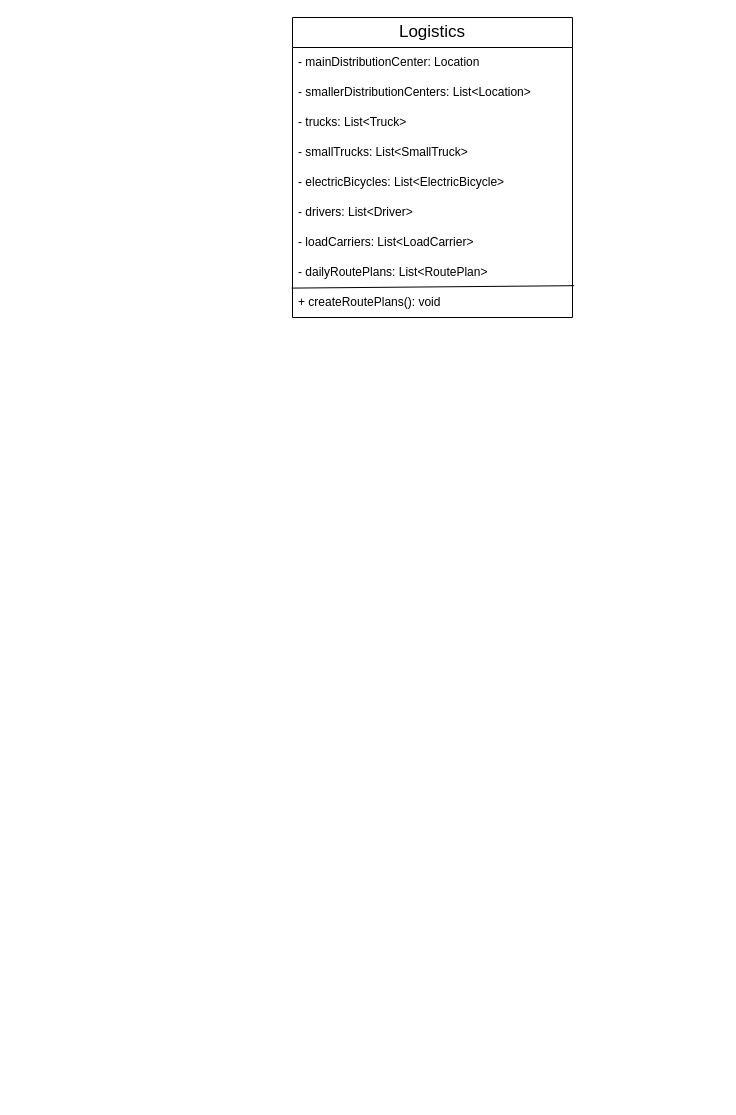
Chakravenu/DistributedArtificialIntelligence keeps this draw.io diagram as Logistics.drawio. Above is the earlier version. Source tidied: cells renumbered, new cells numbered last; positions are measured from the earlier drawing's top-left corner, leaving out a move shared by most shapes. Both pictures are drawn from the tidied source at 100%, with x=0, y=0 at pixel (292, 17).
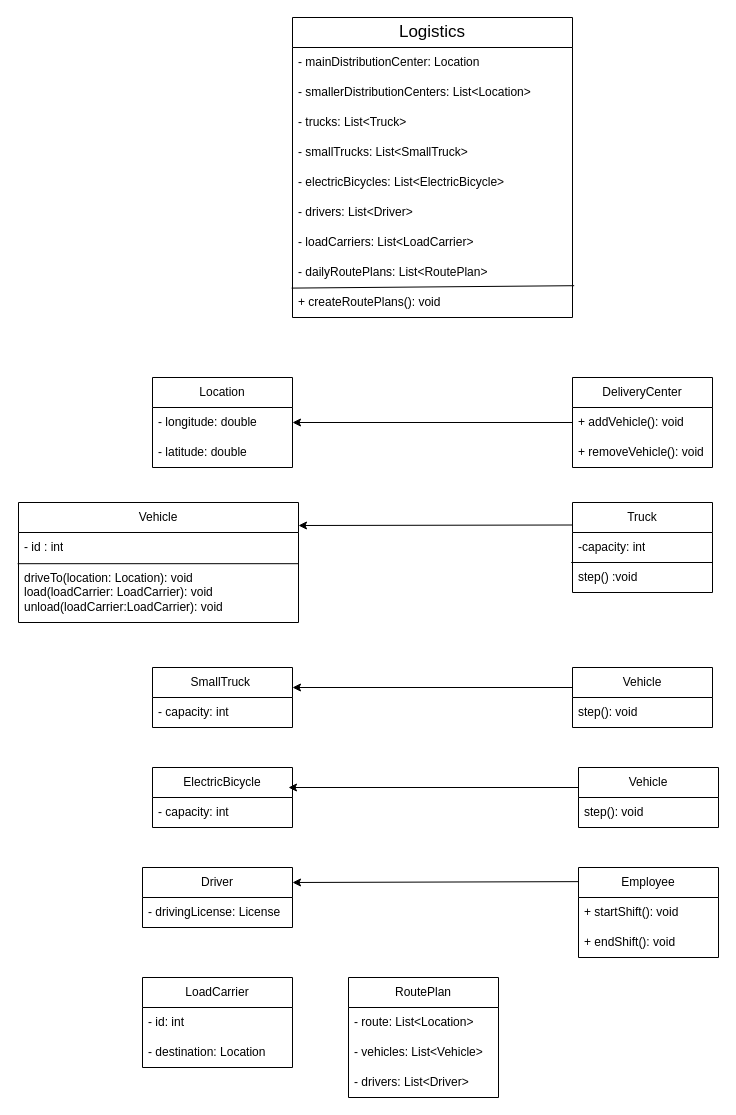
After the change.

Commit message:
Update Logistics with all the variables

Diff of the diagram source:
```diff
@@
+    <mxCell id="13" value="Location" style="swimlane;fontStyle=0;horizontal=1;startSize=30;whiteSpace=wrap;html=1;" parent="1" vertex="1">
+      <mxGeometry x="-140" y="360" width="140" height="90" as="geometry" />
+    </mxCell>
+    <mxCell id="14" value="- longitude: double" style="text;strokeColor=none;fillColor=none;align=left;verticalAlign=middle;spacingLeft=4;spacingRight=4;overflow=hidden;points=[[0,0.5],[1,0.5]];portConstraint=eastwest;whiteSpace=wrap;html=1;" parent="13" vertex="1">
+      <mxGeometry y="30" width="140" height="30" as="geometry" />
+    </mxCell>
+    <mxCell id="15" value="- latitude: double" style="text;strokeColor=none;fillColor=none;align=left;verticalAlign=middle;spacingLeft=4;spacingRight=4;overflow=hidden;whiteSpace=wrap;html=1;" parent="13" vertex="1">
+      <mxGeometry y="60" width="140" height="30" as="geometry" />
+    </mxCell>
+    <mxCell id="16" value="DeliveryCenter" style="swimlane;fontStyle=0;horizontal=1;startSize=30;whiteSpace=wrap;html=1;" parent="1" vertex="1">
+      <mxGeometry x="280" y="360" width="140" height="90" as="geometry" />
+    </mxCell>
+    <mxCell id="17" value="+ addVehicle(): void" style="text;strokeColor=none;fillColor=none;align=left;verticalAlign=middle;spacingLeft=4;spacingRight=4;overflow=hidden;points=[[0,0.5],[1,0.5]];portConstraint=eastwest;whiteSpace=wrap;html=1;" parent="16" vertex="1">
+      <mxGeometry y="30" width="140" height="30" as="geometry" />
+    </mxCell>
+    <mxCell id="18" value="+ removeVehicle(): void" style="text;strokeColor=none;fillColor=none;align=left;verticalAlign=middle;spacingLeft=4;spacingRight=4;overflow=hidden;whiteSpace=wrap;html=1;" parent="16" vertex="1">
+      <mxGeometry y="60" width="140" height="30" as="geometry" />
+    </mxCell>
+    <mxCell id="19" style="edgeStyle=orthogonalEdgeStyle;rounded=0;jettySize=auto;html=1;entryX=1;entryY=0.5;entryDx=0;entryDy=0;exitX=0;exitY=0.5;exitDx=0;exitDy=0;" parent="1" edge="1" source="17" target="14">
+      <mxGeometry relative="1" as="geometry" />
+    </mxCell>
+    <mxCell id="20" value="&lt;font style=&quot;font-size: 12px;&quot;&gt;Vehicle&lt;/font&gt;" style="swimlane;fontStyle=0;horizontal=1;startSize=30;whiteSpace=wrap;html=1;rounded=0;flipH=0;flipV=0;" parent="1" vertex="1">
+      <mxGeometry x="-274" y="485" width="280" height="120" as="geometry" />
+    </mxCell>
+    <mxCell id="21" value="- id : int" style="text;strokeColor=none;fillColor=none;align=left;verticalAlign=middle;spacingLeft=4;spacingRight=4;overflow=hidden;whiteSpace=wrap;html=1;" parent="20" vertex="1">
+      <mxGeometry y="30" width="280" height="30" as="geometry" />
+    </mxCell>
+    <mxCell id="22" style="endArrow=none;html=1;rounded=0;exitX=-0.003;exitY=0.02;exitDx=0;exitDy=0;exitPerimeter=0;entryX=1;entryY=0.02;entryDx=0;entryDy=0;entryPerimeter=0;" parent="20" edge="1" source="23" target="23">
+      <mxGeometry relative="1" as="geometry" />
+    </mxCell>
+    <mxCell id="23" value="driveTo(location: Location): void&amp;nbsp;&lt;br&gt;load(loadCarrier: LoadCarrier): void&lt;br&gt;unload(loadCarrier:LoadCarrier): void" style="text;strokeColor=none;fillColor=none;align=left;verticalAlign=middle;spacingLeft=4;spacingRight=4;overflow=hidden;points=[[0,0.5],[1,0.5]];portConstraint=eastwest;whiteSpace=wrap;html=1;horizontal=1;" parent="20" vertex="1">
+      <mxGeometry y="60" width="280" height="60" as="geometry" />
+    </mxCell>
+    <mxCell id="24" value="Truck" style="swimlane;fontStyle=0;horizontal=1;startSize=30;whiteSpace=wrap;html=1;" parent="1" vertex="1">
+      <mxGeometry x="280" y="485" width="140" height="90" as="geometry" />
+    </mxCell>
+    <mxCell id="25" value="-capacity: int" style="text;strokeColor=none;fillColor=none;align=left;verticalAlign=middle;spacingLeft=4;spacingRight=4;overflow=hidden;whiteSpace=wrap;html=1;" parent="24" vertex="1">
+      <mxGeometry y="30" width="140" height="30" as="geometry" />
+    </mxCell>
+    <mxCell id="26" value="step() :void" style="text;strokeColor=none;fillColor=none;align=left;verticalAlign=middle;spacingLeft=4;spacingRight=4;overflow=hidden;points=[[0,0.5],[1,0.5]];portConstraint=eastwest;whiteSpace=wrap;html=1;" parent="24" vertex="1">
+      <mxGeometry y="60" width="140" height="30" as="geometry" />
+    </mxCell>
+    <mxCell id="27" style="endArrow=none;html=1;rounded=0;entryX=0.997;entryY=0;entryDx=0;entryDy=0;entryPerimeter=0;exitX=-0.009;exitY=0;exitDx=0;exitDy=0;exitPerimeter=0;" parent="24" edge="1" source="26" target="26">
+      <mxGeometry relative="1" as="geometry" />
+    </mxCell>
+    <mxCell id="28" style="endArrow=classic;html=1;rounded=0;exitX=0;exitY=0.25;exitDx=0;exitDy=0;" parent="1" edge="1" source="24">
+      <mxGeometry relative="1" as="geometry">
+        <mxPoint x="6" y="508" as="targetPoint" />
+      </mxGeometry>
+    </mxCell>
+    <mxCell id="29" value="SmallTruck&lt;span style=&quot;white-space: pre;&quot;&gt; &lt;/span&gt;" style="swimlane;fontStyle=0;horizontal=1;startSize=30;whiteSpace=wrap;html=1;" parent="1" vertex="1">
+      <mxGeometry x="-140" y="650" width="140" height="60" as="geometry" />
+    </mxCell>
+    <mxCell id="30" value="- capacity: int" style="text;strokeColor=none;fillColor=none;align=left;verticalAlign=middle;spacingLeft=4;spacingRight=4;overflow=hidden;whiteSpace=wrap;html=1;" parent="29" vertex="1">
+      <mxGeometry y="30" width="140" height="30" as="geometry" />
+    </mxCell>
+    <mxCell id="31" value="Vehicle" style="swimlane;fontStyle=0;horizontal=1;startSize=30;whiteSpace=wrap;html=1;" parent="1" vertex="1">
+      <mxGeometry x="280" y="650" width="140" height="60" as="geometry" />
+    </mxCell>
+    <mxCell id="32" value="step(): void" style="text;strokeColor=none;fillColor=none;align=left;verticalAlign=middle;spacingLeft=4;spacingRight=4;overflow=hidden;whiteSpace=wrap;html=1;" parent="31" vertex="1">
+      <mxGeometry y="30" width="140" height="30" as="geometry" />
+    </mxCell>
+    <mxCell id="33" style="edgeStyle=orthogonalEdgeStyle;rounded=0;orthogonalLoop=1;jettySize=auto;html=1;entryX=1;entryY=0.5;entryDx=0;entryDy=0;exitX=0;exitY=0.5;exitDx=0;exitDy=0;" parent="1" edge="1">
+      <mxGeometry relative="1" as="geometry">
+        <mxPoint x="280" y="670" as="sourcePoint" />
+        <mxPoint y="670" as="targetPoint" />
+      </mxGeometry>
+    </mxCell>
+    <mxCell id="34" value="ElectricBicycle" style="swimlane;fontStyle=0;horizontal=1;startSize=30;whiteSpace=wrap;html=1;" parent="1" vertex="1">
+      <mxGeometry x="-140" y="750" width="140" height="60" as="geometry" />
+    </mxCell>
+    <mxCell id="35" value="- capacity: int" style="text;strokeColor=none;fillColor=none;align=left;verticalAlign=middle;spacingLeft=4;spacingRight=4;overflow=hidden;whiteSpace=wrap;html=1;" parent="34" vertex="1">
+      <mxGeometry y="30" width="140" height="30" as="geometry" />
+    </mxCell>
+    <mxCell id="36" value="Vehicle" style="swimlane;fontStyle=0;horizontal=1;startSize=30;whiteSpace=wrap;html=1;" parent="1" vertex="1">
+      <mxGeometry x="286" y="750" width="140" height="60" as="geometry" />
+    </mxCell>
+    <mxCell id="37" value="step(): void" style="text;strokeColor=none;fillColor=none;align=left;verticalAlign=middle;spacingLeft=4;spacingRight=4;overflow=hidden;whiteSpace=wrap;html=1;" parent="36" vertex="1">
+      <mxGeometry y="30" width="140" height="30" as="geometry" />
+    </mxCell>
+    <mxCell id="38" style="edgeStyle=orthogonalEdgeStyle;rounded=0;orthogonalLoop=1;jettySize=auto;html=1;exitX=0;exitY=0.5;exitDx=0;exitDy=0;" parent="1" edge="1">
+      <mxGeometry relative="1" as="geometry">
+        <mxPoint x="286" y="779.5" as="sourcePoint" />
+        <mxPoint x="-4" y="770" as="targetPoint" />
+        <Array as="points">
+          <mxPoint x="286" y="770" />
+          <mxPoint y="770" />
+        </Array>
+      </mxGeometry>
+    </mxCell>
+    <mxCell id="39" value="Driver" style="swimlane;fontStyle=0;horizontal=1;startSize=30;whiteSpace=wrap;html=1;" parent="1" vertex="1">
+      <mxGeometry x="-150" y="850" width="150" height="60" as="geometry" />
+    </mxCell>
+    <mxCell id="40" value="- drivingLicense: License&amp;nbsp;" style="text;strokeColor=none;fillColor=none;align=left;verticalAlign=middle;spacingLeft=4;spacingRight=4;overflow=hidden;whiteSpace=wrap;html=1;" parent="39" vertex="1">
+      <mxGeometry y="30" width="150" height="30" as="geometry" />
+    </mxCell>
+    <mxCell id="41" value="Employee" style="swimlane;fontStyle=0;horizontal=1;startSize=30;whiteSpace=wrap;html=1;" parent="1" vertex="1">
+      <mxGeometry x="286" y="850" width="140" height="90" as="geometry" />
+    </mxCell>
+    <mxCell id="42" value="+ startShift(): void" style="text;strokeColor=none;fillColor=none;align=left;verticalAlign=middle;spacingLeft=4;spacingRight=4;overflow=hidden;whiteSpace=wrap;html=1;" parent="41" vertex="1">
+      <mxGeometry y="30" width="140" height="30" as="geometry" />
+    </mxCell>
+    <mxCell id="43" value="+ endShift(): void" style="text;strokeColor=none;fillColor=none;align=left;verticalAlign=middle;spacingLeft=4;spacingRight=4;overflow=hidden;whiteSpace=wrap;html=1;" parent="41" vertex="1">
+      <mxGeometry y="60" width="140" height="30" as="geometry" />
+    </mxCell>
+    <mxCell id="44" style="endArrow=classic;html=1;rounded=0;entryX=1;entryY=0.25;entryDx=0;entryDy=0;exitX=0.003;exitY=0.157;exitDx=0;exitDy=0;exitPerimeter=0;" parent="1" edge="1" source="41" target="39">
+      <mxGeometry relative="1" as="geometry" />
+    </mxCell>
+    <mxCell id="45" value="LoadCarrier" style="swimlane;fontStyle=0;horizontal=1;startSize=30;whiteSpace=wrap;html=1;" parent="1" vertex="1">
+      <mxGeometry x="-150" y="960" width="150" height="90" as="geometry" />
+    </mxCell>
+    <mxCell id="46" value="- id: int&amp;nbsp;" style="text;strokeColor=none;fillColor=none;align=left;verticalAlign=middle;spacingLeft=4;spacingRight=4;overflow=hidden;whiteSpace=wrap;html=1;" parent="45" vertex="1">
+      <mxGeometry y="30" width="150" height="30" as="geometry" />
+    </mxCell>
+    <mxCell id="47" value="- destination: Location" style="text;strokeColor=none;fillColor=none;align=left;verticalAlign=middle;spacingLeft=4;spacingRight=4;overflow=hidden;whiteSpace=wrap;html=1;" parent="45" vertex="1">
+      <mxGeometry y="60" width="150" height="30" as="geometry" />
+    </mxCell>
+    <mxCell id="48" value="RoutePlan" style="swimlane;fontStyle=0;horizontal=1;startSize=30;whiteSpace=wrap;html=1;" parent="1" vertex="1">
+      <mxGeometry x="56" y="960" width="150" height="120" as="geometry" />
+    </mxCell>
+    <mxCell id="49" value="- route: List&amp;lt;Location&amp;gt;&amp;nbsp;" style="text;strokeColor=none;fillColor=none;align=left;verticalAlign=middle;spacingLeft=4;spacingRight=4;overflow=hidden;whiteSpace=wrap;html=1;" parent="48" vertex="1">
+      <mxGeometry y="30" width="150" height="30" as="geometry" />
+    </mxCell>
+    <mxCell id="50" value="- vehicles: List&amp;lt;Vehicle&amp;gt;" style="text;strokeColor=none;fillColor=none;align=left;verticalAlign=middle;spacingLeft=4;spacingRight=4;overflow=hidden;whiteSpace=wrap;html=1;" parent="48" vertex="1">
+      <mxGeometry y="60" width="150" height="30" as="geometry" />
+    </mxCell>
+    <mxCell id="51" value="- drivers: List&amp;lt;Driver&amp;gt;" style="text;strokeColor=none;fillColor=none;align=left;verticalAlign=middle;spacingLeft=4;spacingRight=4;overflow=hidden;whiteSpace=wrap;html=1;" parent="48" vertex="1">
+      <mxGeometry y="90" width="150" height="30" as="geometry" />
+    </mxCell>
```
